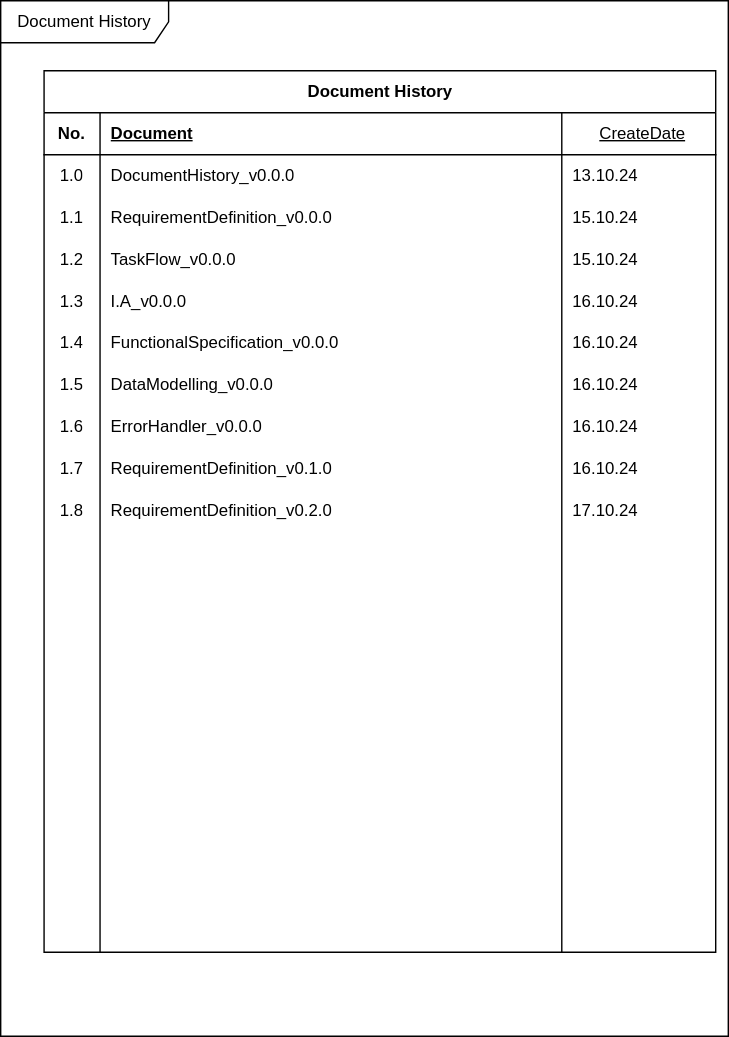
Before: Document/WeadinatorDocumentation.svg, a diagram exported from draw.io (cjungwo/Weadinator). Source tidied: cells renumbered, new cells last; positions are measured from the earlier drawing's top-left corner, leaving out a move shared by most shapes.
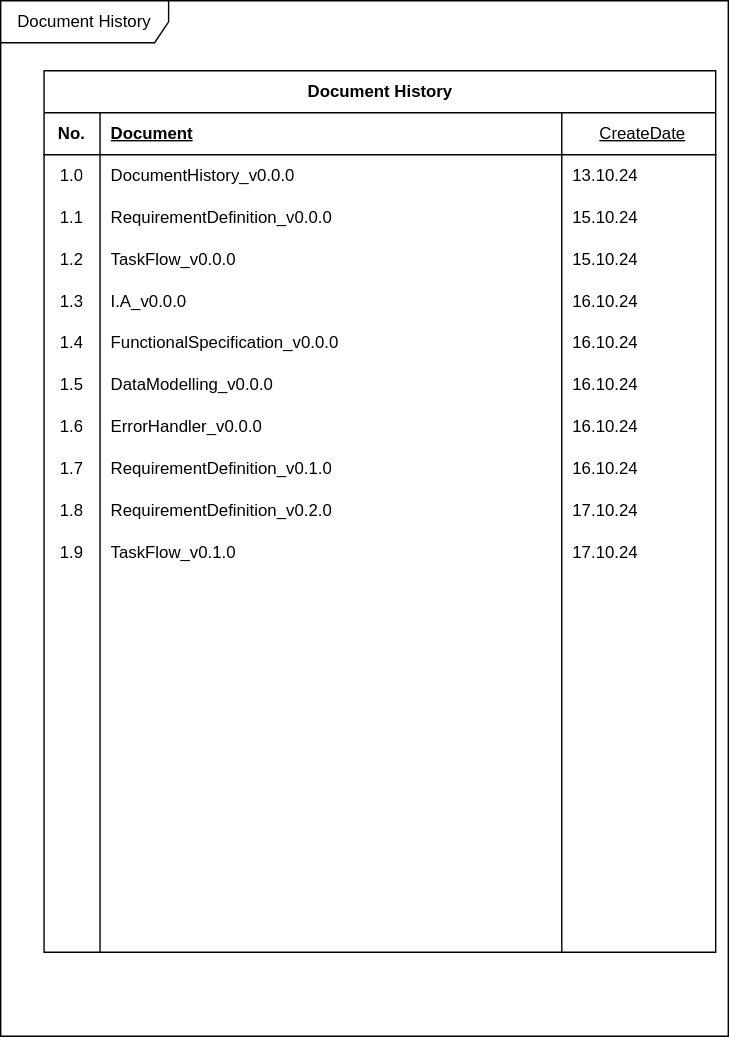
After the commit.

The edit, as a diff of the source:
```diff
@@ -131,13 +131,13 @@
     <mxCell id="44" style="shape=tableRow;horizontal=0;startSize=0;swimlaneHead=0;swimlaneBody=0;fillColor=none;top=0;left=0;right=0;bottom=0;" parent="3" vertex="1">
       <mxGeometry y="330" width="480" height="30" as="geometry" />
     </mxCell>
-    <mxCell id="45" style="shape=partialRectangle;fillColor=none;top=0;left=0;bottom=0;right=0;overflow=hidden;whiteSpace=wrap;html=1;" parent="44" vertex="1">
+    <mxCell id="45" value="1.9" style="shape=partialRectangle;fillColor=none;top=0;left=0;bottom=0;right=0;overflow=hidden;whiteSpace=wrap;html=1;" parent="44" vertex="1">
       <mxGeometry width="40" height="30" as="geometry" />
     </mxCell>
-    <mxCell id="46" style="shape=partialRectangle;fillColor=none;top=0;left=0;bottom=0;right=0;align=left;spacingLeft=6;overflow=hidden;whiteSpace=wrap;html=1;" parent="44" vertex="1">
+    <mxCell id="46" value="TaskFlow_v0.1.0" style="shape=partialRectangle;fillColor=none;top=0;left=0;bottom=0;right=0;align=left;spacingLeft=6;overflow=hidden;whiteSpace=wrap;html=1;" parent="44" vertex="1">
       <mxGeometry x="40" width="330" height="30" as="geometry" />
     </mxCell>
-    <mxCell id="47" style="shape=partialRectangle;fillColor=none;top=0;left=0;bottom=0;right=0;align=left;spacingLeft=6;overflow=hidden;whiteSpace=wrap;html=1;" parent="44" vertex="1">
+    <mxCell id="47" value="17.10.24" style="shape=partialRectangle;fillColor=none;top=0;left=0;bottom=0;right=0;align=left;spacingLeft=6;overflow=hidden;whiteSpace=wrap;html=1;" parent="44" vertex="1">
       <mxGeometry x="370" width="110" height="30" as="geometry" />
     </mxCell>
     <mxCell id="48" style="shape=tableRow;horizontal=0;startSize=0;swimlaneHead=0;swimlaneBody=0;fillColor=none;top=0;left=0;right=0;bottom=0;" parent="3" vertex="1">
```
